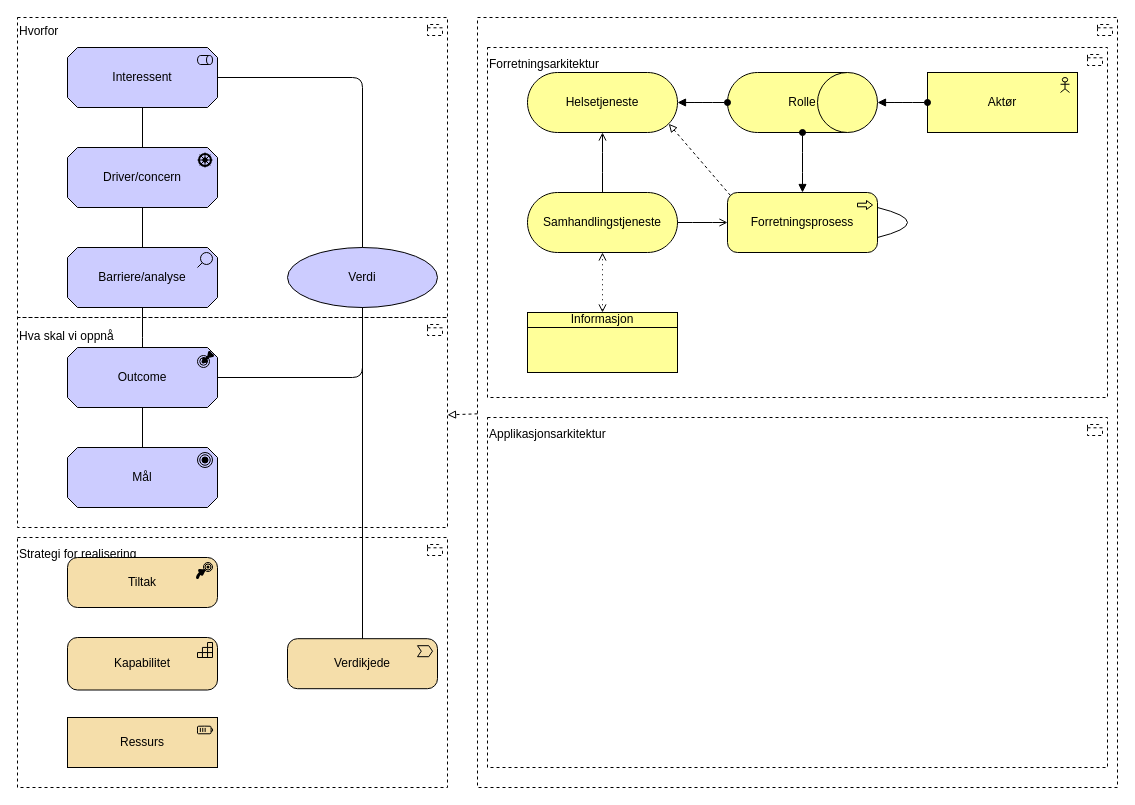
Before: docs/why/arkitektur-motivasjon.drawio in hdir/Digital-Forstelinje, a draw.io diagram. Source tidied: cells renumbered, new cells numbered last; positions are measured from the earlier drawing's top-left corner, leaving out a move shared by most shapes. Both pictures are drawn from the tidied source at 100%, with x=0, y=0 at pixel (17, 17).
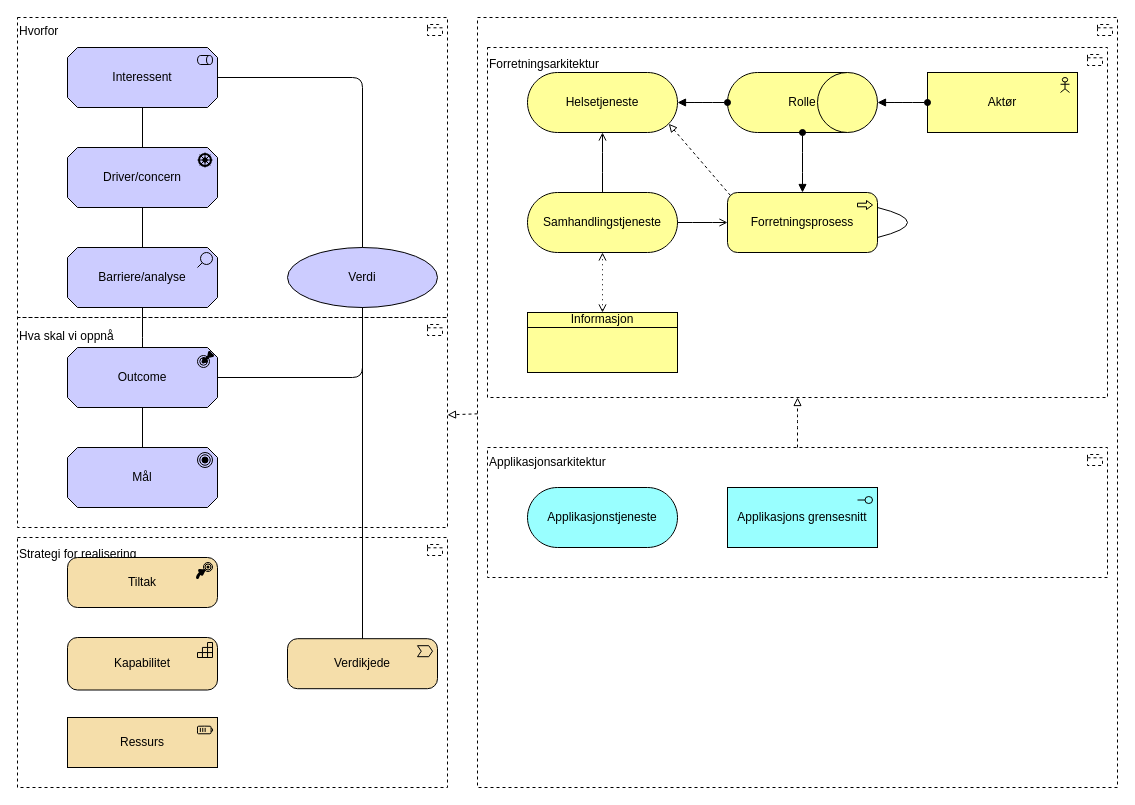
The same page after the edit.

Commit message (it also covers changes not shown here):
arkitektur-motivasjon

Unchanged cells that the change refers to:
```xml
<mxCell id="2" value="&lt;div&gt;Forretningsarkitektur&lt;/div&gt;&lt;div&gt;&lt;br&gt;&lt;/div&gt;&lt;div&gt;&lt;br&gt;&lt;/div&gt;&lt;div&gt;&lt;br&gt;&lt;/div&gt;&lt;div&gt;&lt;br&gt;&lt;/div&gt;&lt;div&gt;&lt;br&gt;&lt;/div&gt;&lt;div&gt;&lt;br&gt;&lt;/div&gt;&lt;div&gt;&lt;br&gt;&lt;/div&gt;&lt;div&gt;&lt;br&gt;&lt;/div&gt;&lt;div&gt;&lt;br&gt;&lt;/div&gt;&lt;div&gt;&lt;br&gt;&lt;/div&gt;&lt;div&gt;&lt;br&gt;&lt;/div&gt;&lt;div&gt;&lt;br&gt;&lt;/div&gt;&lt;div&gt;&lt;br&gt;&lt;/div&gt;&lt;div&gt;&lt;br&gt;&lt;/div&gt;&lt;div&gt;&lt;br&gt;&lt;/div&gt;&lt;div&gt;&lt;br&gt;&lt;/div&gt;&lt;div&gt;&lt;br&gt;&lt;/div&gt;&lt;div&gt;&lt;br&gt;&lt;/div&gt;&lt;div&gt;&lt;br&gt;&lt;/div&gt;&lt;div&gt;&lt;br&gt;&lt;/div&gt;&lt;div&gt;&lt;br&gt;&lt;/div&gt;&lt;div&gt;&lt;br&gt;&lt;/div&gt;" style="html=1;outlineConnect=0;whiteSpace=wrap;shape=mxgraph.archimate3.application;appType=grouping;archiType=square;dashed=1;fillColor=none;align=left;" parent="1" vertex="1">
  <mxGeometry x="470" y="30" width="620" height="350" as="geometry" />
</mxCell>
```

Diff of the diagram source:
```diff
@@
+    <mxCell id="3" value="&lt;div&gt;&lt;br&gt;&lt;/div&gt;&lt;div&gt;&lt;br&gt;&lt;/div&gt;&lt;div&gt;&lt;br&gt;&lt;/div&gt;&lt;div&gt;&lt;br&gt;&lt;/div&gt;&lt;div&gt;&lt;br&gt;&lt;/div&gt;&lt;div&gt;&lt;br&gt;&lt;/div&gt;&lt;div&gt;&lt;br&gt;&lt;/div&gt;&lt;div&gt;&lt;br&gt;&lt;/div&gt;&lt;div&gt;&lt;br&gt;&lt;/div&gt;&lt;div&gt;&lt;br&gt;&lt;/div&gt;&lt;div&gt;&lt;br&gt;&lt;/div&gt;&lt;div&gt;&lt;br&gt;&lt;/div&gt;&lt;div&gt;&lt;br&gt;&lt;/div&gt;&lt;div&gt;&lt;br&gt;&lt;/div&gt;&lt;div&gt;&lt;br&gt;&lt;/div&gt;&lt;div&gt;&lt;br&gt;&lt;/div&gt;&lt;div&gt;&lt;br&gt;&lt;/div&gt;&lt;div&gt;&lt;br&gt;&lt;/div&gt;&lt;div&gt;&lt;br&gt;&lt;/div&gt;&lt;div&gt;&lt;br&gt;&lt;/div&gt;&lt;div&gt;&lt;br&gt;&lt;/div&gt;&lt;div&gt;&lt;br&gt;&lt;/div&gt;" style="html=1;outlineConnect=0;whiteSpace=wrap;shape=mxgraph.archimate3.application;appType=grouping;archiType=square;dashed=1;fillColor=none;align=left;" parent="1" vertex="1">
+      <mxGeometry x="460" width="640" height="770" as="geometry" />
+    </mxCell>
@@
-    <mxCell id="3" value="&lt;div&gt;&lt;br&gt;&lt;/div&gt;&lt;div&gt;&lt;br&gt;&lt;/div&gt;&lt;div&gt;&lt;br&gt;&lt;/div&gt;&lt;div&gt;&lt;br&gt;&lt;/div&gt;&lt;div&gt;&lt;br&gt;&lt;/div&gt;&lt;div&gt;&lt;br&gt;&lt;/div&gt;&lt;div&gt;&lt;br&gt;&lt;/div&gt;&lt;div&gt;&lt;br&gt;&lt;/div&gt;&lt;div&gt;&lt;br&gt;&lt;/div&gt;&lt;div&gt;&lt;br&gt;&lt;/div&gt;&lt;div&gt;&lt;br&gt;&lt;/div&gt;&lt;div&gt;&lt;br&gt;&lt;/div&gt;&lt;div&gt;&lt;br&gt;&lt;/div&gt;&lt;div&gt;&lt;br&gt;&lt;/div&gt;&lt;div&gt;&lt;br&gt;&lt;/div&gt;&lt;div&gt;&lt;br&gt;&lt;/div&gt;&lt;div&gt;&lt;br&gt;&lt;/div&gt;&lt;div&gt;&lt;br&gt;&lt;/div&gt;&lt;div&gt;&lt;br&gt;&lt;/div&gt;&lt;div&gt;&lt;br&gt;&lt;/div&gt;&lt;div&gt;&lt;br&gt;&lt;/div&gt;&lt;div&gt;&lt;br&gt;&lt;/div&gt;" style="html=1;outlineConnect=0;whiteSpace=wrap;shape=mxgraph.archimate3.application;appType=grouping;archiType=square;dashed=1;fillColor=none;align=left;" parent="1" vertex="1">
-      <mxGeometry x="460" width="640" height="770" as="geometry" />
-    </mxCell>
@@
-    <mxCell id="37" value="&lt;div&gt;Applikasjonsarkitektur&lt;/div&gt;&lt;div&gt;&lt;br&gt;&lt;/div&gt;&lt;div&gt;&lt;br&gt;&lt;/div&gt;&lt;div&gt;&lt;br&gt;&lt;/div&gt;&lt;div&gt;&lt;br&gt;&lt;/div&gt;&lt;div&gt;&lt;br&gt;&lt;/div&gt;&lt;div&gt;&lt;br&gt;&lt;/div&gt;&lt;div&gt;&lt;br&gt;&lt;/div&gt;&lt;div&gt;&lt;br&gt;&lt;/div&gt;&lt;div&gt;&lt;br&gt;&lt;/div&gt;&lt;div&gt;&lt;br&gt;&lt;/div&gt;&lt;div&gt;&lt;br&gt;&lt;/div&gt;&lt;div&gt;&lt;br&gt;&lt;/div&gt;&lt;div&gt;&lt;br&gt;&lt;/div&gt;&lt;div&gt;&lt;br&gt;&lt;/div&gt;&lt;div&gt;&lt;br&gt;&lt;/div&gt;&lt;div&gt;&lt;br&gt;&lt;/div&gt;&lt;div&gt;&lt;br&gt;&lt;/div&gt;&lt;div&gt;&lt;br&gt;&lt;/div&gt;&lt;div&gt;&lt;br&gt;&lt;/div&gt;&lt;div&gt;&lt;br&gt;&lt;/div&gt;&lt;div&gt;&lt;br&gt;&lt;/div&gt;&lt;div&gt;&lt;br&gt;&lt;/div&gt;" style="html=1;outlineConnect=0;whiteSpace=wrap;shape=mxgraph.archimate3.application;appType=grouping;archiType=square;dashed=1;fillColor=none;align=left;" parent="1" vertex="1">
-      <mxGeometry x="470" y="400" width="620" height="350" as="geometry" />
+    <mxCell id="37" value="&lt;div&gt;Applikasjonsarkitektur&lt;/div&gt;&lt;div&gt;&lt;br&gt;&lt;/div&gt;&lt;div&gt;&lt;br&gt;&lt;/div&gt;&lt;div&gt;&lt;br&gt;&lt;/div&gt;&lt;div&gt;&lt;br&gt;&lt;/div&gt;&lt;div&gt;&lt;br&gt;&lt;/div&gt;&lt;div&gt;&lt;br&gt;&lt;/div&gt;&lt;div&gt;&lt;br&gt;&lt;/div&gt;" style="html=1;outlineConnect=0;whiteSpace=wrap;shape=mxgraph.archimate3.application;appType=grouping;archiType=square;dashed=1;fillColor=none;align=left;" parent="1" vertex="1">
+      <mxGeometry x="470" y="430" width="620" height="130" as="geometry" />
     </mxCell>
@@
+    <mxCell id="40" value="Applikasjons grensesnitt" style="html=1;whiteSpace=wrap;fillColor=#99ffff;shape=mxgraph.archimate3.application;appType=interface;archiType=square;" parent="1" vertex="1">
+      <mxGeometry x="710" y="470" width="150" height="60" as="geometry" />
+    </mxCell>
+    <mxCell id="41" value="Applikasjonstjeneste" style="html=1;whiteSpace=wrap;fillColor=#99ffff;shape=mxgraph.archimate3.service;" parent="1" vertex="1">
+      <mxGeometry x="510" y="470" width="150" height="60" as="geometry" />
+    </mxCell>
+    <mxCell id="42" style="edgeStyle=elbowEdgeStyle;html=1;endArrow=block;elbow=vertical;endFill=0;dashed=1;entryX=0.5;entryY=1;entryDx=0;entryDy=0;entryPerimeter=0;exitX=0.5;exitY=0;exitDx=0;exitDy=0;exitPerimeter=0;" parent="1" edge="1" source="37" target="2">
+      <mxGeometry relative="1" as="geometry" />
+    </mxCell>
```
